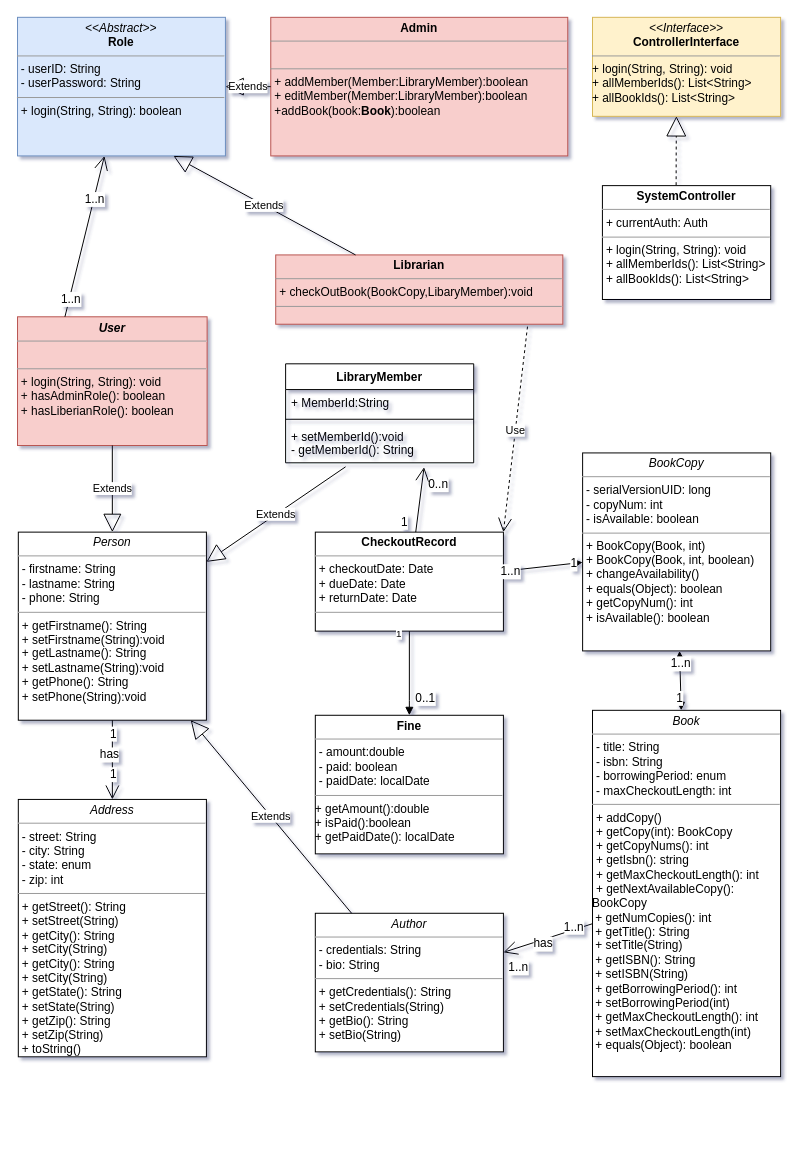
This is Untitled Diagram.drawio from megaunknown/UML, a draw.io file, before an edit. Source tidied: cells renumbered, new cells numbered last; positions are measured from the earlier drawing's top-left corner, leaving out a move shared by most shapes. Both pictures are drawn from the tidied source at 99%, with x=0, y=0 at pixel (17, 17).
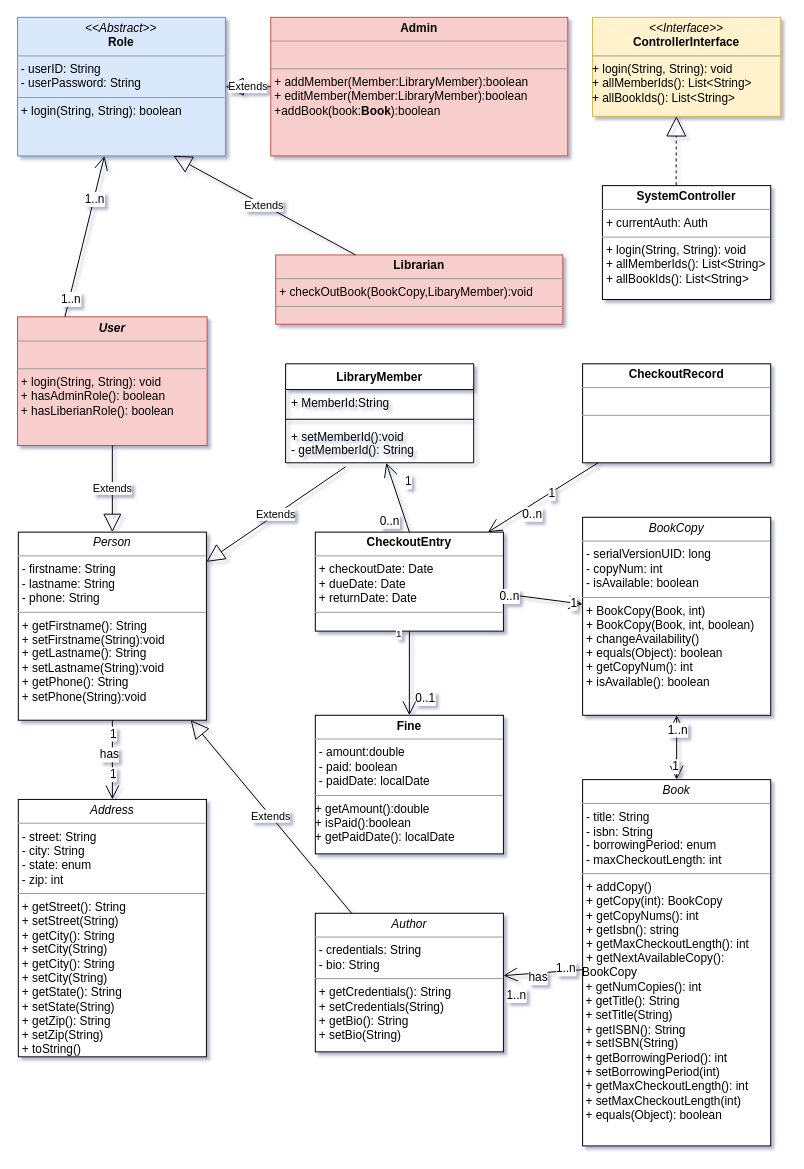
After the change.

The change refers to these unchanged cells:
```xml
<mxCell id="6" value="&lt;p style=&quot;margin: 0px ; margin-top: 4px ; text-align: center&quot;&gt;&lt;b&gt;Librarian&lt;/b&gt;&lt;/p&gt;&lt;hr size=&quot;1&quot;&gt;&lt;p style=&quot;margin: 0px ; margin-left: 4px&quot;&gt;+ checkOutBook(BookCopy,LibaryMember):void&lt;br&gt;&lt;/p&gt;&lt;hr size=&quot;1&quot;&gt;&lt;p style=&quot;margin: 0px ; margin-left: 4px&quot;&gt;&lt;br&gt;&lt;/p&gt;" style="verticalAlign=top;align=left;overflow=fill;fontSize=12;fontFamily=Helvetica;html=1;rounded=0;shadow=0;comic=0;labelBackgroundColor=none;strokeWidth=1;fillColor=#f8cecc;strokeColor=#b85450;" parent="1" vertex="1">
  <mxGeometry x="261" y="240" width="290" height="70" as="geometry" />
</mxCell>
<mxCell id="31" value="+ setMemberId():void&#10;- getMemberId(): String&#10;&#10;" style="text;strokeColor=none;fillColor=none;align=left;verticalAlign=top;spacingLeft=4;spacingRight=4;overflow=hidden;points=[[0,0.5],[1,0.5]];portConstraint=eastwest;" parent="28" vertex="1">
  <mxGeometry y="60" width="190" height="40" as="geometry" />
</mxCell>
```

What changed in the source:
```diff
@@
     <mxCell id="4" value="&lt;p style=&quot;margin: 0px ; margin-top: 4px ; text-align: center&quot;&gt;&lt;i&gt;Book&lt;/i&gt;&lt;/p&gt;&lt;hr size=&quot;1&quot;&gt;&lt;p style=&quot;margin: 0px ; margin-left: 4px&quot;&gt;- title: String&lt;br&gt;- isbn: String&lt;/p&gt;&lt;p style=&quot;margin: 0px ; margin-left: 4px&quot;&gt;- borrowingPeriod: enum&lt;/p&gt;&lt;p style=&quot;margin: 0px ; margin-left: 4px&quot;&gt;-&amp;nbsp;maxCheckoutLength: int&lt;/p&gt;&lt;hr size=&quot;1&quot;&gt;&lt;p style=&quot;margin: 0px ; margin-left: 4px&quot;&gt;+ addCopy()&lt;/p&gt;&lt;p style=&quot;margin: 0px ; margin-left: 4px&quot;&gt;+ getCopy(int): BookCopy&lt;/p&gt;&lt;p style=&quot;margin: 0px ; margin-left: 4px&quot;&gt;+ getCopyNums(): int&lt;br&gt;&lt;/p&gt;&lt;p style=&quot;margin: 0px ; margin-left: 4px&quot;&gt;+&amp;nbsp;getIsbn(): string&lt;/p&gt;&lt;p style=&quot;margin: 0px ; margin-left: 4px&quot;&gt;+&amp;nbsp;getMaxCheckoutLength(): int&lt;/p&gt;&lt;p style=&quot;margin: 0px ; margin-left: 4px&quot;&gt;+ getNextAvailableCopy():&amp;nbsp;&lt;/p&gt;BookCopy&amp;nbsp;&lt;br&gt;&amp;nbsp;+&amp;nbsp;getNumCopies(): int&lt;br&gt;&amp;nbsp;+&amp;nbsp;getTitle(): String&lt;br&gt;&amp;nbsp;+&amp;nbsp;setTitle(String)&amp;nbsp;&lt;br&gt;&amp;nbsp;+&amp;nbsp;getISBN(): String&lt;br&gt;&amp;nbsp;+&amp;nbsp;setISBN(String)&amp;nbsp;&lt;br&gt;&amp;nbsp;+&amp;nbsp;getBorrowingPeriod(): int&lt;br&gt;&amp;nbsp;+ setBorrowingPeriod(int)&amp;nbsp;&lt;br&gt;&amp;nbsp;+&amp;nbsp;getMaxCheckoutLength(): int&lt;br&gt;&amp;nbsp;+ setMaxCheckoutLength(int)&amp;nbsp;&lt;br&gt;&amp;nbsp;+&amp;nbsp;equals(Object): boolean" style="verticalAlign=top;align=left;overflow=fill;fontSize=12;fontFamily=Helvetica;html=1;rounded=0;shadow=0;comic=0;labelBackgroundColor=none;strokeWidth=1;" parent="1" vertex="1">
-      <mxGeometry x="581" y="700" width="190" height="370" as="geometry" />
+      <mxGeometry x="571" y="770" width="190" height="370" as="geometry" />
     </mxCell>
@@
     <mxCell id="11" value="&lt;p style=&quot;margin: 0px ; margin-top: 4px ; text-align: center&quot;&gt;&lt;i&gt;BookCopy&lt;/i&gt;&lt;/p&gt;&lt;hr size=&quot;1&quot;&gt;&lt;p style=&quot;margin: 0px ; margin-left: 4px&quot;&gt;- serialVersionUID: long&lt;br&gt;- copyNum: int&lt;/p&gt;&lt;p style=&quot;margin: 0px ; margin-left: 4px&quot;&gt;- isAvailable: boolean&lt;br&gt;&lt;/p&gt;&lt;hr size=&quot;1&quot;&gt;&lt;p style=&quot;margin: 0px ; margin-left: 4px&quot;&gt;+ BookCopy(Book, int)&lt;br&gt;&lt;/p&gt;&lt;p style=&quot;margin: 0px ; margin-left: 4px&quot;&gt;+&amp;nbsp;BookCopy(Book, int, boolean)&lt;/p&gt;&lt;p style=&quot;margin: 0px ; margin-left: 4px&quot;&gt;+&amp;nbsp;changeAvailability()&lt;br&gt;+&amp;nbsp;equals(Object): boolean&lt;/p&gt;&lt;p style=&quot;margin: 0px ; margin-left: 4px&quot;&gt;+ getCopyNum(): int&lt;br&gt;&lt;/p&gt;&lt;p style=&quot;margin: 0px ; margin-left: 4px&quot;&gt;+&amp;nbsp;isAvailable(): boolean&lt;/p&gt;&lt;p style=&quot;margin: 0px ; margin-left: 4px&quot;&gt;&lt;br&gt;&lt;/p&gt;&lt;p style=&quot;margin: 0px ; margin-left: 4px&quot;&gt;&lt;br&gt;&lt;/p&gt;" style="verticalAlign=top;align=left;overflow=fill;fontSize=12;fontFamily=Helvetica;html=1;rounded=0;shadow=0;comic=0;labelBackgroundColor=none;strokeWidth=1;" parent="1" vertex="1">
-      <mxGeometry x="571" y="440" width="190" height="200" as="geometry" />
+      <mxGeometry x="571" y="505" width="190" height="200" as="geometry" />
     </mxCell>
@@
-    <mxCell id="17" style="endArrow=block;startArrow=block;endFill=1;startFill=1;html=1;" parent="1" edge="1" source="11" target="4">
+    <mxCell id="17" style="endArrow=open;startArrow=open;endFill=0;startFill=0;html=1;endSize=12;" parent="1" edge="1" source="11" target="4">
       <mxGeometry relative="1" as="geometry" />
     </mxCell>
@@
-    <mxCell id="25" value="&lt;p style=&quot;margin: 0px ; margin-top: 4px ; text-align: center&quot;&gt;&lt;b&gt;CheckoutRecord&lt;/b&gt;&lt;/p&gt;&lt;hr size=&quot;1&quot;&gt;&lt;p style=&quot;margin: 0px ; margin-left: 4px&quot;&gt;+ checkoutDate: Date&lt;br style=&quot;padding: 0px ; margin: 0px&quot;&gt;+ dueDate: Date&lt;br style=&quot;padding: 0px ; margin: 0px&quot;&gt;+ returnDate: Date&lt;br&gt;&lt;/p&gt;&lt;hr size=&quot;1&quot;&gt;&lt;p style=&quot;margin: 0px ; margin-left: 4px&quot;&gt;&lt;br&gt;&lt;/p&gt;" style="verticalAlign=top;align=left;overflow=fill;fontSize=12;fontFamily=Helvetica;html=1;" parent="1" vertex="1">
+    <mxCell id="25" value="&lt;p style=&quot;margin: 0px ; margin-top: 4px ; text-align: center&quot;&gt;&lt;b&gt;CheckoutEntry&lt;/b&gt;&lt;/p&gt;&lt;hr size=&quot;1&quot;&gt;&lt;p style=&quot;margin: 0px ; margin-left: 4px&quot;&gt;+ checkoutDate: Date&lt;br style=&quot;padding: 0px ; margin: 0px&quot;&gt;+ dueDate: Date&lt;br style=&quot;padding: 0px ; margin: 0px&quot;&gt;+ returnDate: Date&lt;br&gt;&lt;/p&gt;&lt;hr size=&quot;1&quot;&gt;&lt;p style=&quot;margin: 0px ; margin-left: 4px&quot;&gt;&lt;br&gt;&lt;/p&gt;" style="verticalAlign=top;align=left;overflow=fill;fontSize=12;fontFamily=Helvetica;html=1;" parent="1" vertex="1">
       <mxGeometry x="301" y="520" width="190" height="100" as="geometry" />
     </mxCell>
@@
-    <mxCell id="33" style="endArrow=block;endFill=1;html=1;edgeStyle=orthogonalEdgeStyle;align=left;verticalAlign=top;rounded=0;exitX=0.5;exitY=1;exitDx=0;exitDy=0;" parent="1" edge="1" source="25">
+    <mxCell id="33" style="endArrow=open;endFill=0;html=1;edgeStyle=orthogonalEdgeStyle;align=left;verticalAlign=top;rounded=0;exitX=0.5;exitY=1;exitDx=0;exitDy=0;endSize=12;" parent="1" edge="1" source="25">
       <mxGeometry x="0.29" y="-15" relative="1" as="geometry">
         <mxPoint x="396" y="705" as="targetPoint" />
         <Array as="points">
           <mxPoint x="396" y="690" />
           <mxPoint x="396" y="690" />
         </Array>
       </mxGeometry>
     </mxCell>
@@
-    <mxCell id="36" style="endArrow=block;startArrow=block;endFill=1;startFill=1;html=1;" parent="1" edge="1" source="25" target="11">
+    <mxCell id="36" style="endArrow=open;startArrow=block;endFill=0;startFill=1;html=1;strokeWidth=1;endSize=12;" parent="1" edge="1" source="25" target="11">
       <mxGeometry relative="1" as="geometry" />
     </mxCell>
@@
-    <mxCell id="38" value="1..n" style="text;html=1;align=center;verticalAlign=middle;labelBackgroundColor=#ffffff;" parent="36" vertex="1">
+    <mxCell id="38" value="0..n" style="text;html=1;align=center;verticalAlign=middle;labelBackgroundColor=#ffffff;" parent="36" vertex="1">
       <mxGeometry x="-0.84" y="-1" relative="1" as="geometry" />
     </mxCell>
@@
-    <mxCell id="45" value="Use" style="endArrow=open;endSize=12;dashed=1;html=1;entryX=1;entryY=0;entryDx=0;entryDy=0;exitX=0.877;exitY=1.034;exitDx=0;exitDy=0;exitPerimeter=0;" parent="1" edge="1" source="6" target="25">
-      <mxGeometry relative="1" as="geometry" />
-    </mxCell>
-    <mxCell id="46" style="endArrow=open;endFill=1;endSize=12;html=1;entryX=0.736;entryY=1.11;entryDx=0;entryDy=0;entryPerimeter=0;" parent="1" edge="1" source="25" target="31">
+    <mxCell id="46" style="endArrow=open;endFill=0;endSize=12;html=1;exitX=0.5;exitY=0;exitDx=0;exitDy=0;" parent="1" edge="1" source="25" target="31">
       <mxGeometry relative="1" as="geometry" />
     </mxCell>
-    <mxCell id="47" value="0..n" style="text;html=1;align=center;verticalAlign=middle;labelBackgroundColor=#ffffff;" parent="46" vertex="1">
+    <mxCell id="47" value="1" style="text;html=1;align=center;verticalAlign=middle;labelBackgroundColor=#ffffff;" parent="46" vertex="1">
       <mxGeometry x="0.47" relative="1" as="geometry">
         <mxPoint x="15.4" as="offset" />
       </mxGeometry>
     </mxCell>
-    <mxCell id="48" value="1" style="text;html=1;align=center;verticalAlign=middle;labelBackgroundColor=#ffffff;" parent="46" vertex="1">
+    <mxCell id="48" value="0..n" style="text;html=1;align=center;verticalAlign=middle;labelBackgroundColor=#ffffff;" parent="46" vertex="1">
       <mxGeometry x="-0.4" relative="1" as="geometry">
         <mxPoint x="-14" y="9.8" as="offset" />
       </mxGeometry>
     </mxCell>
+    <mxCell id="49" value="&lt;p style=&quot;margin: 0px ; margin-top: 4px ; text-align: center&quot;&gt;&lt;b&gt;CheckoutRecord&lt;/b&gt;&lt;/p&gt;&lt;hr size=&quot;1&quot;&gt;&lt;p style=&quot;margin: 0px ; margin-left: 4px&quot;&gt;&lt;br&gt;&lt;/p&gt;&lt;hr size=&quot;1&quot;&gt;&lt;p style=&quot;margin: 0px ; margin-left: 4px&quot;&gt;&lt;br&gt;&lt;/p&gt;" style="verticalAlign=top;align=left;overflow=fill;fontSize=12;fontFamily=Helvetica;html=1;" parent="1" vertex="1">
+      <mxGeometry x="571" y="350" width="190" height="100" as="geometry" />
+    </mxCell>
+    <mxCell id="50" style="endArrow=open;endFill=0;endSize=12;html=1;" parent="1" edge="1" source="49" target="25">
+      <mxGeometry relative="1" as="geometry" />
+    </mxCell>
+    <mxCell id="51" value="0..n" style="text;html=1;align=center;verticalAlign=middle;labelBackgroundColor=#ffffff;" parent="50" vertex="1">
+      <mxGeometry x="0.47" relative="1" as="geometry">
+        <mxPoint x="15.4" as="offset" />
+      </mxGeometry>
+    </mxCell>
+    <mxCell id="52" value="1" style="text;html=1;align=center;verticalAlign=middle;labelBackgroundColor=#ffffff;" parent="50" vertex="1">
+      <mxGeometry x="-0.4" relative="1" as="geometry">
+        <mxPoint x="-14" y="9.8" as="offset" />
+      </mxGeometry>
+    </mxCell>
```
